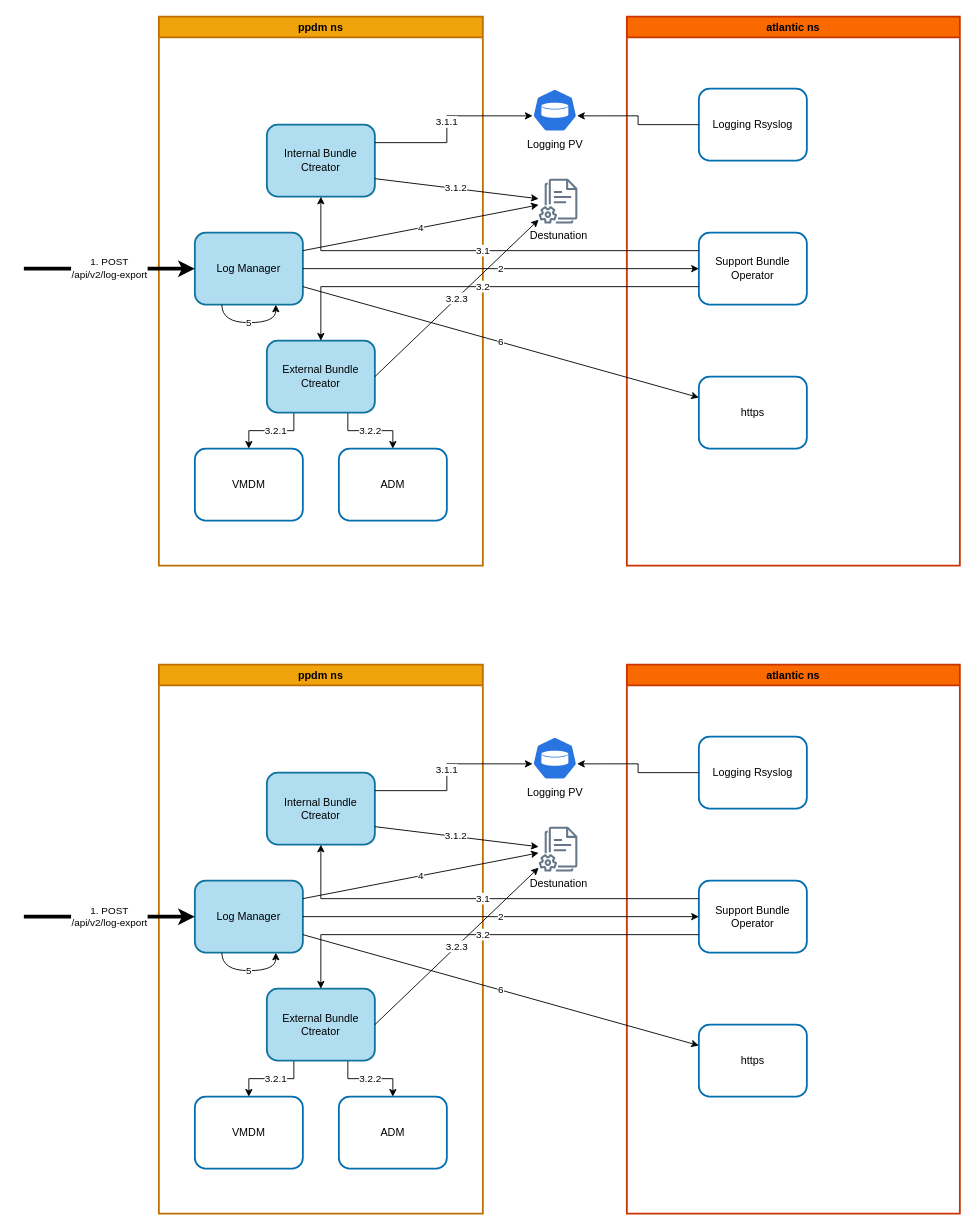
This is page "Log Manager" (9 of 9) of st/K8S_Logging.drawio from gaivin/drawio, a draw.io file, before an edit. Source tidied: cells renumbered, new cells numbered last; positions are measured from the earlier drawing's top-left corner, leaving out a move shared by most shapes. Both pictures are drawn from the tidied source at 90%, with x=0, y=0 at pixel (23, 16).
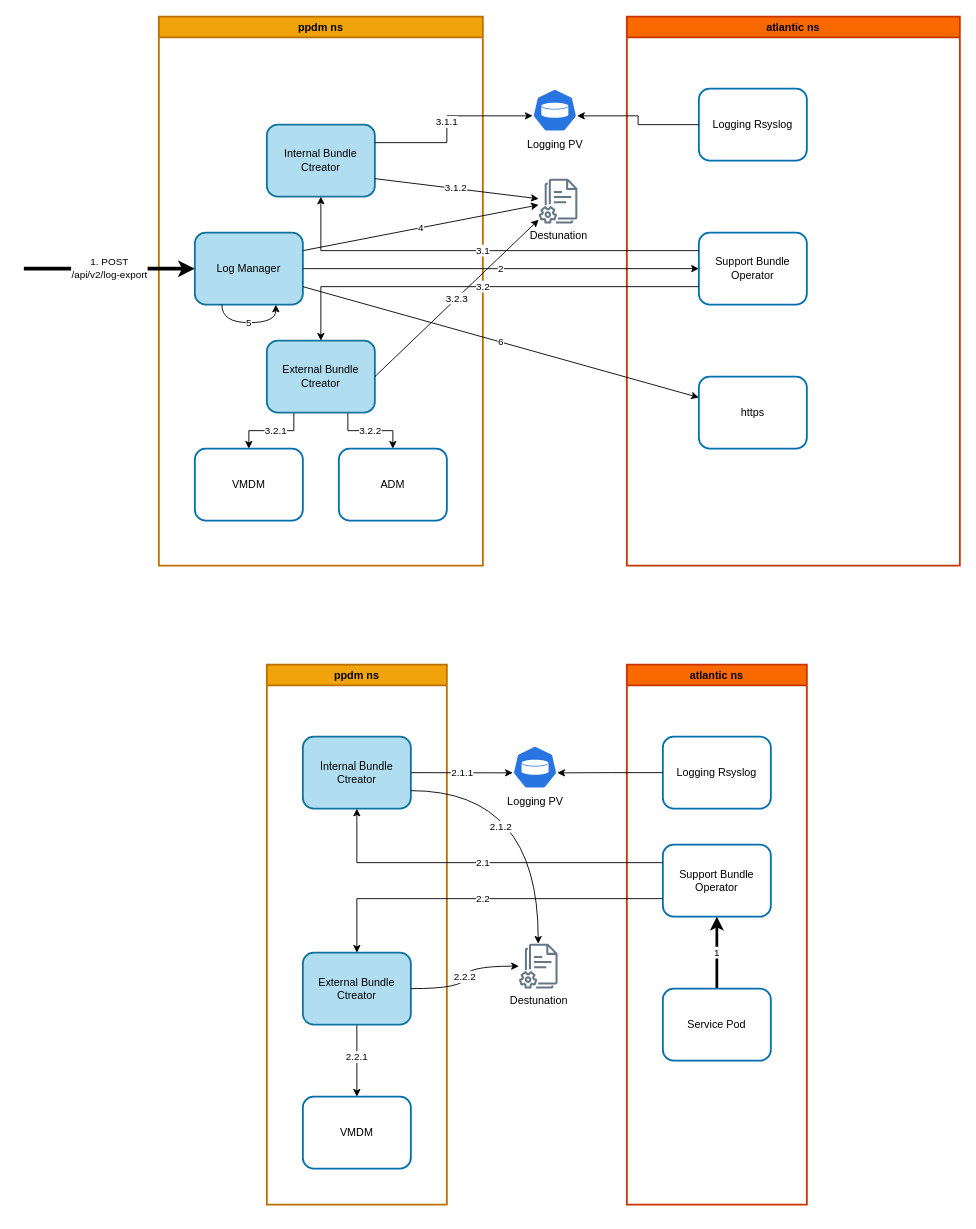
The same diagram, later.

The change refers to these unchanged cells:
```xml
<mxCell id="33" value="VMDM" style="rounded=1;whiteSpace=wrap;html=1;fillColor=none;strokeColor=#006EAF;fontColor=#000000;strokeWidth=2;" parent="27" vertex="1">
  <mxGeometry x="40" y="480" width="120" height="80" as="geometry" />
</mxCell>
```

Diff of the diagram source:
```diff
@@
     <mxCell id="27" value="ppdm ns" style="swimlane;whiteSpace=wrap;html=1;fillColor=#f0a30a;fontColor=#000000;strokeColor=#BD7000;strokeWidth=2;" parent="1" vertex="1">
-      <mxGeometry x="150" y="720" width="360" height="610" as="geometry" />
+      <mxGeometry x="270" y="720" width="200" height="600" as="geometry" />
     </mxCell>
-    <mxCell id="28" value="Log Manager" style="rounded=1;whiteSpace=wrap;html=1;fillColor=#b1ddf0;strokeColor=#10739e;strokeWidth=2;" parent="27" vertex="1">
-      <mxGeometry x="40" y="240" width="120" height="80" as="geometry" />
-    </mxCell>
     <mxCell id="29" value="Internal Bundle Ctreator" style="rounded=1;whiteSpace=wrap;html=1;fillColor=#b1ddf0;strokeColor=#10739e;strokeWidth=2;" parent="27" vertex="1">
-      <mxGeometry x="120" y="120" width="120" height="80" as="geometry" />
+      <mxGeometry x="40" y="80" width="120" height="80" as="geometry" />
     </mxCell>
-    <mxCell id="30" value="3.2.1" style="edgeStyle=orthogonalEdgeStyle;rounded=0;jettySize=auto;html=1;exitX=0.25;exitY=1;exitDx=0;exitDy=0;entryX=0.5;entryY=0;entryDx=0;entryDy=0;" parent="27" edge="1" source="32" target="33">
-      <mxGeometry x="-0.11" relative="1" as="geometry">
-        <Array as="points">
-          <mxPoint x="150" y="460" />
-          <mxPoint x="100" y="460" />
-        </Array>
-      </mxGeometry>
+    <mxCell id="30" value="2.2.1" style="rounded=0;jettySize=auto;html=1;exitX=0.5;exitY=1;exitDx=0;exitDy=0;entryX=0.5;entryY=0;entryDx=0;entryDy=0;" parent="27" edge="1" source="32" target="33">
+      <mxGeometry x="-0.11" relative="1" as="geometry" />
     </mxCell>
-    <mxCell id="31" value="3.2.2" style="edgeStyle=orthogonalEdgeStyle;rounded=0;jettySize=auto;html=1;exitX=0.75;exitY=1;exitDx=0;exitDy=0;" parent="27" edge="1" source="32" target="34">
-      <mxGeometry relative="1" as="geometry" />
-    </mxCell>
     <mxCell id="32" value="External Bundle Ctreator" style="rounded=1;whiteSpace=wrap;html=1;fillColor=#b1ddf0;strokeColor=#10739e;strokeWidth=2;" parent="27" vertex="1">
-      <mxGeometry x="120" y="360" width="120" height="80" as="geometry" />
+      <mxGeometry x="40" y="320" width="120" height="80" as="geometry" />
     </mxCell>
@@
-    <mxCell id="34" value="ADM" style="rounded=1;whiteSpace=wrap;html=1;fillColor=none;strokeColor=#006EAF;fontColor=#000000;strokeWidth=2;" parent="27" vertex="1">
-      <mxGeometry x="200" y="480" width="120" height="80" as="geometry" />
-    </mxCell>
-    <mxCell id="35" value="5" style="edgeStyle=orthogonalEdgeStyle;rounded=0;orthogonalLoop=1;jettySize=auto;html=1;exitX=0.25;exitY=1;exitDx=0;exitDy=0;entryX=0.75;entryY=1;entryDx=0;entryDy=0;curved=1;" parent="27" edge="1" source="28" target="28">
-      <mxGeometry relative="1" as="geometry" />
-    </mxCell>
     <mxCell id="36" value="atlantic ns" style="swimlane;whiteSpace=wrap;html=1;fillColor=#fa6800;fontColor=#000000;strokeColor=#C73500;strokeWidth=2;" parent="1" vertex="1">
-      <mxGeometry x="670" y="720" width="370" height="610" as="geometry" />
+      <mxGeometry x="670" y="720" width="200" height="600" as="geometry" />
     </mxCell>
     <mxCell id="37" value="Logging Rsyslog" style="rounded=1;whiteSpace=wrap;html=1;fillColor=none;strokeColor=#006EAF;fontColor=#000000;strokeWidth=2;" parent="36" vertex="1">
-      <mxGeometry x="80" y="80" width="120" height="80" as="geometry" />
+      <mxGeometry x="40" y="80" width="120" height="80" as="geometry" />
     </mxCell>
     <mxCell id="38" value="Support Bundle&lt;br&gt;Operator" style="rounded=1;whiteSpace=wrap;html=1;fillColor=none;strokeColor=#006EAF;fontColor=#000000;strokeWidth=2;" parent="36" vertex="1">
-      <mxGeometry x="80" y="240" width="120" height="80" as="geometry" />
+      <mxGeometry x="40" y="200" width="120" height="80" as="geometry" />
     </mxCell>
-    <mxCell id="39" value="https" style="rounded=1;whiteSpace=wrap;html=1;fillColor=none;strokeColor=#006EAF;fontColor=#000000;strokeWidth=2;" parent="36" vertex="1">
-      <mxGeometry x="80" y="400" width="120" height="80" as="geometry" />
-    </mxCell>
+    <mxCell id="52" value="1" style="rounded=0;jettySize=auto;html=1;exitX=0.5;exitY=0;exitDx=0;exitDy=0;entryX=0.5;entryY=1;entryDx=0;entryDy=0;strokeWidth=3;edgeStyle=orthogonalEdgeStyle;" parent="36" edge="1" source="53" target="38">
+      <mxGeometry relative="1" as="geometry" />
+    </mxCell>
+    <mxCell id="53" value="Service Pod" style="rounded=1;whiteSpace=wrap;html=1;fillColor=none;strokeColor=#006EAF;fontColor=#000000;strokeWidth=2;" parent="36" vertex="1">
+      <mxGeometry x="40" y="360" width="120" height="80" as="geometry" />
+    </mxCell>
-    <mxCell id="40" value="3.1.1" style="edgeStyle=orthogonalEdgeStyle;rounded=0;jettySize=auto;html=1;exitX=1;exitY=0.25;exitDx=0;exitDy=0;entryX=0.005;entryY=0.63;entryDx=0;entryDy=0;entryPerimeter=0;" parent="1" edge="1" source="29" target="44">
-      <mxGeometry relative="1" as="geometry">
-        <Array as="points">
-          <mxPoint x="470" y="860" />
-          <mxPoint x="470" y="830" />
-        </Array>
-      </mxGeometry>
+    <mxCell id="40" value="2.1.1" style="rounded=0;jettySize=auto;html=1;exitX=1;exitY=0.5;exitDx=0;exitDy=0;entryX=0.005;entryY=0.63;entryDx=0;entryDy=0;entryPerimeter=0;" parent="1" edge="1" source="29" target="44">
+      <mxGeometry relative="1" as="geometry" />
     </mxCell>
-    <mxCell id="41" value="2" style="edgeStyle=orthogonalEdgeStyle;rounded=0;jettySize=auto;html=1;exitX=1;exitY=0.5;exitDx=0;exitDy=0;" parent="1" edge="1" source="28" target="38">
-      <mxGeometry relative="1" as="geometry" />
-    </mxCell>
-    <mxCell id="42" value="3.1" style="edgeStyle=orthogonalEdgeStyle;rounded=0;jettySize=auto;html=1;exitX=0;exitY=0.25;exitDx=0;exitDy=0;" parent="1" edge="1" source="38" target="29">
-      <mxGeometry relative="1" as="geometry">
-        <Array as="points">
-          <mxPoint x="330" y="980" />
-        </Array>
-      </mxGeometry>
+    <mxCell id="42" value="2.1" style="edgeStyle=orthogonalEdgeStyle;rounded=0;jettySize=auto;html=1;exitX=0;exitY=0.25;exitDx=0;exitDy=0;entryX=0.5;entryY=1;entryDx=0;entryDy=0;" parent="1" edge="1" source="38" target="29">
+      <mxGeometry relative="1" as="geometry" />
     </mxCell>
-    <mxCell id="43" value="3.2" style="edgeStyle=orthogonalEdgeStyle;rounded=0;jettySize=auto;html=1;exitX=0;exitY=0.75;exitDx=0;exitDy=0;entryX=0.5;entryY=0;entryDx=0;entryDy=0;" parent="1" edge="1" source="38" target="32">
+    <mxCell id="43" value="2.2" style="edgeStyle=orthogonalEdgeStyle;rounded=0;jettySize=auto;html=1;exitX=0;exitY=0.75;exitDx=0;exitDy=0;entryX=0.5;entryY=0;entryDx=0;entryDy=0;" parent="1" edge="1" source="38" target="32">
       <mxGeometry relative="1" as="geometry" />
     </mxCell>
     <mxCell id="44" value="Logging PV" style="sketch=0;html=1;dashed=0;whitespace=wrap;fillColor=#2875E2;strokeColor=#ffffff;points=[[0.005,0.63,0],[0.1,0.2,0],[0.9,0.2,0],[0.5,0,0],[0.995,0.63,0],[0.72,0.99,0],[0.5,1,0],[0.28,0.99,0]];verticalLabelPosition=bottom;align=center;verticalAlign=top;shape=mxgraph.kubernetes.icon;prIcon=pv;" parent="1" vertex="1">
-      <mxGeometry x="565" y="800" width="50" height="48" as="geometry" />
+      <mxGeometry x="543" y="810" width="50" height="48" as="geometry" />
     </mxCell>
@@
-    <mxCell id="46" value="1. POST &lt;br&gt;/api/v2/log-export" style="endArrow=classic;html=1;rounded=0;strokeWidth=4;" parent="1" edge="1">
-      <mxGeometry relative="1" as="geometry">
-        <mxPoint y="1000" as="sourcePoint" />
-        <mxPoint x="190" y="1000" as="targetPoint" />
-      </mxGeometry>
-    </mxCell>
     <mxCell id="47" value="Destunation" style="sketch=0;outlineConnect=0;fontColor=#000000;fillColor=#647687;strokeColor=#314354;dashed=0;verticalLabelPosition=bottom;verticalAlign=top;align=center;html=1;fontSize=12;fontStyle=0;shape=mxgraph.aws4.documents2;" parent="1" vertex="1">
-      <mxGeometry x="572" y="900" width="43" height="50" as="geometry" />
+      <mxGeometry x="550" y="1030" width="43" height="50" as="geometry" />
     </mxCell>
-    <mxCell id="48" value="3.1.2" style="rounded=0;jettySize=auto;html=1;exitX=1;exitY=0.75;exitDx=0;exitDy=0;" parent="1" edge="1" source="29" target="47">
-      <mxGeometry x="-0.01" y="1" relative="1" as="geometry" />
+    <mxCell id="48" value="2.1.2" style="rounded=0;jettySize=auto;html=1;exitX=1;exitY=0.75;exitDx=0;exitDy=0;edgeStyle=orthogonalEdgeStyle;curved=1;" parent="1" edge="1" source="29" target="47">
+      <mxGeometry x="-0.36" y="-40" relative="1" as="geometry" />
     </mxCell>
-    <mxCell id="49" value="3.2.3" style="rounded=0;jettySize=auto;html=1;exitX=1;exitY=0.5;exitDx=0;exitDy=0;" parent="1" edge="1" source="32" target="47">
+    <mxCell id="49" value="2.2.2" style="rounded=0;jettySize=auto;html=1;exitX=1;exitY=0.5;exitDx=0;exitDy=0;edgeStyle=orthogonalEdgeStyle;curved=1;" parent="1" edge="1" source="32" target="47">
       <mxGeometry relative="1" as="geometry" />
     </mxCell>
-    <mxCell id="50" value="4" style="rounded=0;jettySize=auto;html=1;exitX=1;exitY=0.25;exitDx=0;exitDy=0;" parent="1" edge="1" source="28" target="47">
-      <mxGeometry relative="1" as="geometry" />
-    </mxCell>
-    <mxCell id="51" value="6" style="rounded=0;jettySize=auto;html=1;exitX=1;exitY=0.75;exitDx=0;exitDy=0;" parent="1" edge="1" source="28" target="39">
-      <mxGeometry relative="1" as="geometry" />
-    </mxCell>
```
